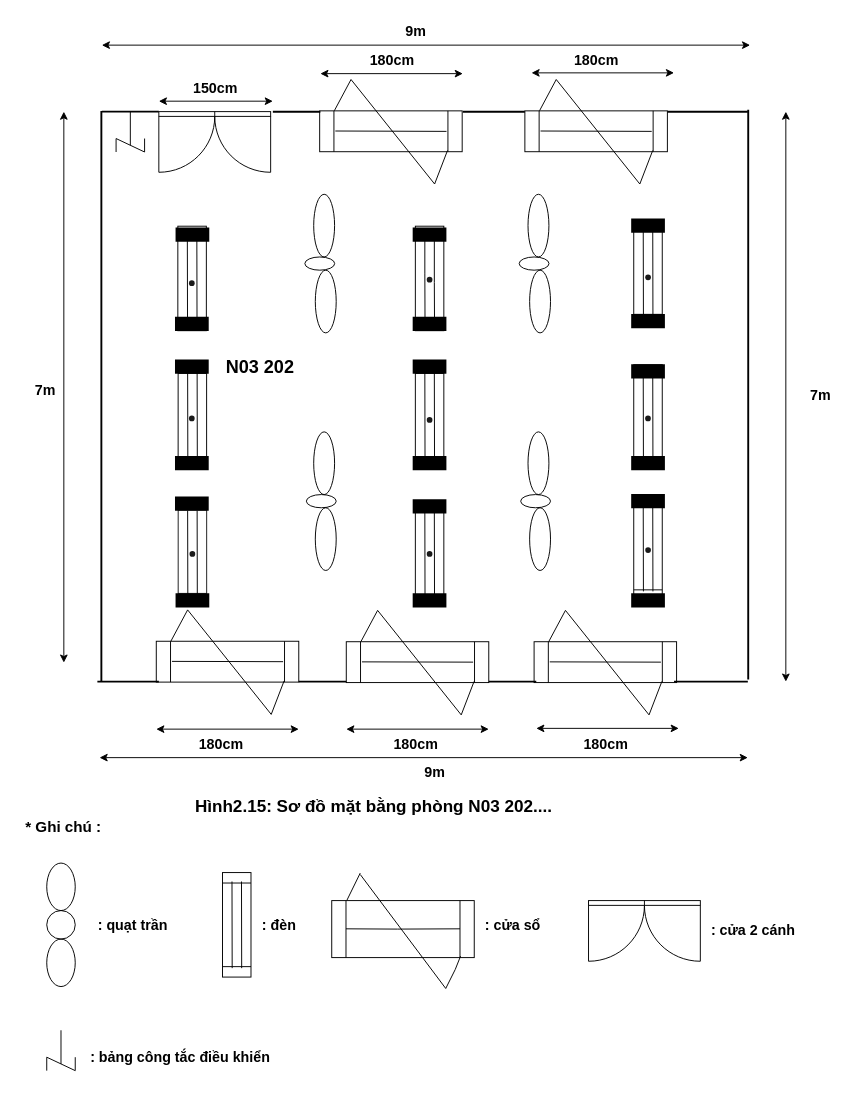
Earlier version of the draw.io diagram page "Trang-1" (1 of 2) of Biểu đồ không có tiêu đề.drawio (minhminh2712/gi-i-thi-u-th-nh-vi-n). Source tidied: cells renumbered, new cells numbered last; positions are measured from the earlier drawing's top-left corner, leaving out a move shared by most shapes. Both pictures are drawn from the tidied source at 95%, with x=0, y=0 at pixel (-184, 16).
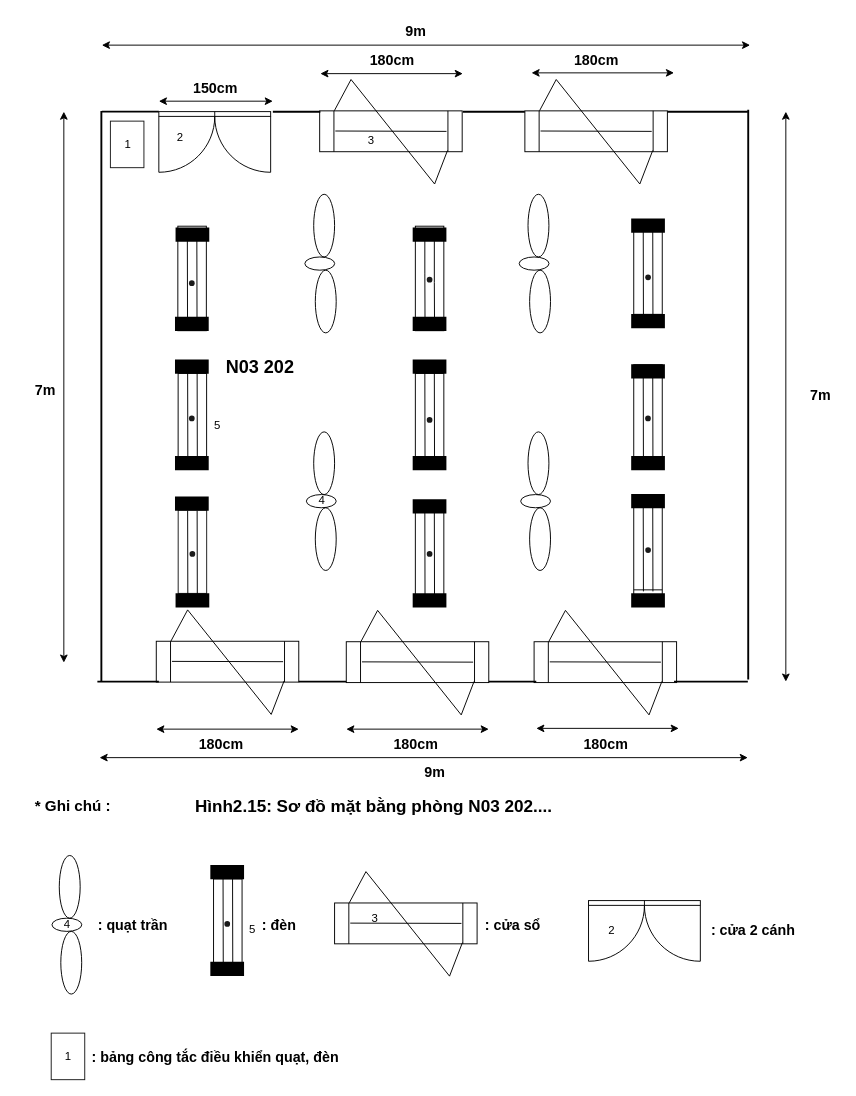
After the change.

Diff of the diagram source:
```diff
@@
-    <mxCell id="37" style="shape=mxgraph.pid.agitators.agitator,_stirrer;html=1;align=center;verticalLabelPosition=bottom;verticalAlign=top;dashed=0;rotation=0;" parent="1" vertex="1">
-      <mxGeometry x="315.7" y="100" width="30" height="42.5" as="geometry" />
-    </mxCell>
@@
-    <mxCell id="64" style="ellipse;whiteSpace=wrap;html=1;fillColor=none;labelBackgroundColor=none;" parent="1" vertex="1">
-      <mxGeometry x="242.7" y="941" width="30" height="30" as="geometry" />
-    </mxCell>
-    <mxCell id="65" style="ellipse;whiteSpace=wrap;html=1;fillColor=none;labelBackgroundColor=none;" parent="1" vertex="1">
-      <mxGeometry x="242.7" y="971" width="30" height="50" as="geometry" />
-    </mxCell>
-    <mxCell id="66" style="ellipse;whiteSpace=wrap;html=1;fillColor=none;labelBackgroundColor=none;" parent="1" vertex="1">
-      <mxGeometry x="242.7" y="891" width="30" height="50" as="geometry" />
-    </mxCell>
-    <mxCell id="67" style="shape=process;whiteSpace=wrap;html=1;backgroundOutline=1;fillColor=none;verticalAlign=top;align=right;rotation=90;" parent="1" vertex="1">
-      <mxGeometry x="387.7" y="941" width="110" height="30" as="geometry" />
-    </mxCell>
-    <mxCell id="68" style="endArrow=none;html=1;rounded=0;" parent="1" edge="1">
-      <mxGeometry relative="1" as="geometry">
-        <mxPoint x="437.7" y="910.4" as="sourcePoint" />
-        <mxPoint x="437.9" y="1001.6" as="targetPoint" />
-      </mxGeometry>
-    </mxCell>
-    <mxCell id="69" style="endArrow=none;html=1;rounded=0;" parent="1" edge="1">
-      <mxGeometry relative="1" as="geometry">
-        <mxPoint x="447.7" y="910.4" as="sourcePoint" />
-        <mxPoint x="447.9" y="1001.6" as="targetPoint" />
-      </mxGeometry>
-    </mxCell>
-    <mxCell id="70" style="shape=process;whiteSpace=wrap;html=1;backgroundOutline=1;fillColor=none;" parent="1" vertex="1">
-      <mxGeometry x="542.7" y="930.5" width="150" height="60" as="geometry" />
-    </mxCell>
-    <mxCell id="71" style="endArrow=none;html=1;rounded=0;" parent="1" edge="1">
-      <mxGeometry relative="1" as="geometry">
-        <mxPoint x="677.7" y="960.2" as="sourcePoint" />
-        <mxPoint x="557.7" y="960.2" as="targetPoint" />
-        <Array as="points">
-          <mxPoint x="612" y="960.5" />
-        </Array>
-      </mxGeometry>
-    </mxCell>
-    <mxCell id="72" style="endArrow=none;html=1;rounded=0;entryX=0.904;entryY=0.975;entryDx=0;entryDy=0;entryPerimeter=0;" parent="1" edge="1" target="70">
-      <mxGeometry relative="1" as="geometry">
-        <mxPoint x="662.7" y="1023" as="sourcePoint" />
-        <Array as="points">
-          <mxPoint x="672.7" y="1003" />
-        </Array>
-      </mxGeometry>
-    </mxCell>
-    <mxCell id="73" style="endArrow=none;html=1;rounded=0;exitX=0.107;exitY=-0.009;exitDx=0;exitDy=0;exitPerimeter=0;" parent="1" edge="1" source="70">
-      <mxGeometry relative="1" as="geometry">
-        <mxPoint x="572.7" y="901.5" as="targetPoint" />
-        <Array as="points">
-          <mxPoint x="572.7" y="901.5" />
-        </Array>
-      </mxGeometry>
-    </mxCell>
-    <mxCell id="74" style="endArrow=none;html=1;rounded=0;" parent="1" edge="1">
-      <mxGeometry relative="1" as="geometry">
-        <mxPoint x="572.7" y="903" as="sourcePoint" />
-        <mxPoint x="662.7" y="1023" as="targetPoint" />
-      </mxGeometry>
-    </mxCell>
@@
-    <mxCell id="76" style="shape=mxgraph.pid.agitators.agitator,_stirrer;html=1;align=center;verticalLabelPosition=bottom;verticalAlign=top;dashed=0;rotation=0;" parent="1" vertex="1">
-      <mxGeometry x="242.7" y="1067" width="30" height="42.5" as="geometry" />
-    </mxCell>
@@
-    <mxCell id="81" value=": bảng công tắc điều khiển" style="text;html=1;align=center;verticalAlign=middle;strokeColor=none;fillColor=none;fontStyle=1;fontSize=15;" parent="1" vertex="1">
-      <mxGeometry x="282.7" y="1079.5" width="200" height="30" as="geometry" />
+    <mxCell id="81" value=": bảng công tắc điều khiển quạt, đèn&amp;nbsp;" style="text;html=1;align=center;verticalAlign=middle;strokeColor=none;fillColor=none;fontStyle=1;fontSize=15;" parent="1" vertex="1">
+      <mxGeometry x="284.4" y="1078" width="275" height="33" as="geometry" />
     </mxCell>
@@
     <mxCell id="83" value="* Ghi chú :" style="text;html=1;align=center;verticalAlign=middle;strokeColor=none;fillColor=none;fontStyle=1;fontSize=16;" parent="1" vertex="1">
-      <mxGeometry x="210.7" y="836" width="99" height="33" as="geometry" />
+      <mxGeometry x="220.7" y="814" width="99" height="33" as="geometry" />
     </mxCell>
@@
+    <mxCell id="146" style="rounded=0;whiteSpace=wrap;html=1;shadow=0;glass=0;fillStyle=solid;strokeColor=#1A1A1A;align=right;verticalAlign=top;fontFamily=Helvetica;fontSize=12;fontColor=default;fillColor=none;gradientColor=none;" parent="1" vertex="1">
+      <mxGeometry x="309.7" y="110" width="35.3" height="49" as="geometry" />
+    </mxCell>
+    <mxCell id="147" value="1" style="text;html=1;align=center;verticalAlign=middle;points=[];strokeColor=none;fillColor=none;fontFamily=Helvetica;fontSize=12;fontColor=default;" parent="1" vertex="1">
+      <mxGeometry x="311.8" y="118" width="33" height="33" as="geometry" />
+    </mxCell>
+    <mxCell id="148" value="2" style="text;html=1;align=center;verticalAlign=middle;strokeColor=none;fillColor=none;fontFamily=Helvetica;fontSize=12;fontColor=default;" parent="1" vertex="1">
+      <mxGeometry x="366.2" y="110.2" width="33" height="33" as="geometry" />
+    </mxCell>
+    <mxCell id="149" value="3" style="text;html=1;align=center;verticalAlign=middle;strokeColor=none;fillColor=none;fontFamily=Helvetica;fontSize=12;fontColor=default;" parent="1" vertex="1">
+      <mxGeometry x="567.6" y="114.8" width="33" height="33" as="geometry" />
+    </mxCell>
+    <mxCell id="150" value="4" style="text;html=1;align=center;verticalAlign=middle;strokeColor=none;fillColor=none;fontFamily=Helvetica;fontSize=12;fontColor=default;" parent="1" vertex="1">
+      <mxGeometry x="515.2" y="493.6" width="33" height="33" as="geometry" />
+    </mxCell>
+    <mxCell id="151" value="5" style="text;html=1;align=center;verticalAlign=middle;strokeColor=none;fillColor=none;fontFamily=Helvetica;fontSize=12;fontColor=default;" parent="1" vertex="1">
+      <mxGeometry x="405.4" y="414.6" width="33" height="33" as="geometry" />
+    </mxCell>
+    <mxCell id="152" style="edgeStyle=orthogonalEdgeStyle;rounded=0;jettySize=auto;html=1;exitX=0.5;exitY=1;exitDx=0;exitDy=0;entryX=0.477;entryY=1.234;entryDx=0;entryDy=0;entryPerimeter=0;fontFamily=Helvetica;fontSize=12;fontColor=default;" parent="1" edge="1" source="146" target="147">
+      <mxGeometry relative="1" as="geometry" />
+    </mxCell>
+    <mxCell id="153" style="rounded=0;whiteSpace=wrap;html=1;shadow=0;glass=0;fillStyle=solid;strokeColor=#1A1A1A;align=right;verticalAlign=top;fontFamily=Helvetica;fontSize=12;fontColor=default;fillColor=none;gradientColor=none;" parent="1" vertex="1">
+      <mxGeometry x="247.4" y="1070" width="35.3" height="49" as="geometry" />
+    </mxCell>
+    <mxCell id="154" value="1" style="text;html=1;align=center;verticalAlign=middle;strokeColor=none;fillColor=none;fontFamily=Helvetica;fontSize=12;fontColor=default;" parent="1" vertex="1">
+      <mxGeometry x="248.5" y="1078" width="33" height="33" as="geometry" />
+    </mxCell>
+    <mxCell id="155" style="ellipse;whiteSpace=wrap;html=1;fillColor=none;" parent="1" vertex="1">
+      <mxGeometry x="248.2" y="949" width="31.4" height="13.9" as="geometry" />
+    </mxCell>
+    <mxCell id="156" style="ellipse;whiteSpace=wrap;html=1;fillColor=none;labelBackgroundColor=none;" parent="1" vertex="1">
+      <mxGeometry x="257.5" y="962.9" width="22" height="66" as="geometry" />
+    </mxCell>
+    <mxCell id="157" style="ellipse;whiteSpace=wrap;html=1;fillColor=none;labelBackgroundColor=none;" parent="1" vertex="1">
+      <mxGeometry x="255.9" y="883" width="22" height="66" as="geometry" />
+    </mxCell>
+    <mxCell id="158" value="4" style="text;html=1;align=center;verticalAlign=middle;strokeColor=none;fillColor=none;fontFamily=Helvetica;fontSize=12;fontColor=default;" parent="1" vertex="1">
+      <mxGeometry x="247.4" y="939.5" width="33" height="33" as="geometry" />
+    </mxCell>
+    <mxCell id="159" style="shape=process;whiteSpace=wrap;html=1;backgroundOutline=1;fillColor=none;verticalAlign=top;align=right;rotation=90;" parent="1" vertex="1">
+      <mxGeometry x="378.3" y="936.7" width="110" height="30" as="geometry" />
+    </mxCell>
+    <mxCell id="160" style="endArrow=none;html=1;rounded=0;" parent="1" edge="1">
+      <mxGeometry relative="1" as="geometry">
+        <mxPoint x="428.3" y="906.1" as="sourcePoint" />
+        <mxPoint x="428.5" y="997.3" as="targetPoint" />
+      </mxGeometry>
+    </mxCell>
+    <mxCell id="161" style="endArrow=none;html=1;rounded=0;" parent="1" edge="1">
+      <mxGeometry relative="1" as="geometry">
+        <mxPoint x="438.3" y="906.1" as="sourcePoint" />
+        <mxPoint x="438.5" y="997.3" as="targetPoint" />
+      </mxGeometry>
+    </mxCell>
+    <mxCell id="162" style="line;strokeWidth=15;fillColor=default;align=left;verticalAlign=middle;spacingTop=-1;spacingLeft=3;spacingRight=3;labelPosition=right;strokeColor=inherit;rounded=0;shadow=0;glass=0;fillStyle=solid;fontFamily=Helvetica;fontSize=12;fontColor=default;labelBackgroundColor=default;labelBorderColor=default;perimeterSpacing=15;" parent="1" vertex="1">
+      <mxGeometry x="414.9" y="992.8" width="35.5" height="19" as="geometry" />
+    </mxCell>
+    <mxCell id="163" style="line;strokeWidth=15;fillColor=default;align=left;verticalAlign=middle;spacingTop=-1;spacingLeft=3;spacingRight=3;labelPosition=right;strokeColor=inherit;rounded=0;shadow=0;glass=0;fillStyle=solid;fontFamily=Helvetica;fontSize=12;fontColor=default;labelBackgroundColor=default;labelBorderColor=default;perimeterSpacing=15;" parent="1" vertex="1">
+      <mxGeometry x="414.9" y="891" width="35.5" height="19" as="geometry" />
+    </mxCell>
+    <mxCell id="164" style="shape=waypoint;sketch=0;fillStyle=solid;size=6;fillColor=none;perimeter=centerPerimeter;rounded=0;shadow=0;glass=0;strokeColor=#1A1A1A;align=right;verticalAlign=top;fontFamily=Helvetica;fontSize=12;fontColor=default;" parent="1" vertex="1">
+      <mxGeometry x="422.7" y="945" width="20" height="20" as="geometry" />
+    </mxCell>
+    <mxCell id="165" value="5" style="text;html=1;align=center;verticalAlign=middle;strokeColor=none;fillColor=none;fontFamily=Helvetica;fontSize=12;fontColor=default;" parent="1" vertex="1">
+      <mxGeometry x="442.7" y="944" width="33" height="33" as="geometry" />
+    </mxCell>
+    <mxCell id="166" style="shape=process;whiteSpace=wrap;html=1;backgroundOutline=1;fillColor=none;" parent="1" vertex="1">
+      <mxGeometry x="545.7" y="933" width="150" height="43" as="geometry" />
+    </mxCell>
+    <mxCell id="167" style="endArrow=none;html=1;rounded=0;" parent="1" edge="1">
+      <mxGeometry relative="1" as="geometry">
+        <mxPoint x="679.2" y="954.5" as="sourcePoint" />
+        <mxPoint x="562.2" y="954.2" as="targetPoint" />
+      </mxGeometry>
+    </mxCell>
+    <mxCell id="168" style="endArrow=none;html=1;rounded=0;" parent="1" edge="1">
+      <mxGeometry relative="1" as="geometry">
+        <mxPoint x="578.7" y="900" as="sourcePoint" />
+        <mxPoint x="666.7" y="1010" as="targetPoint" />
+      </mxGeometry>
+    </mxCell>
+    <mxCell id="169" style="endArrow=none;html=1;rounded=0;exitX=0.103;exitY=-0.004;exitDx=0;exitDy=0;exitPerimeter=0;" parent="1" edge="1" source="166">
+      <mxGeometry relative="1" as="geometry">
+        <mxPoint x="578.7" y="900" as="targetPoint" />
+      </mxGeometry>
+    </mxCell>
+    <mxCell id="170" style="endArrow=none;html=1;rounded=0;entryX=0.897;entryY=0.971;entryDx=0;entryDy=0;entryPerimeter=0;" parent="1" edge="1" target="166">
+      <mxGeometry relative="1" as="geometry">
+        <mxPoint x="666.7" y="1010" as="sourcePoint" />
+      </mxGeometry>
+    </mxCell>
+    <mxCell id="171" value="3" style="text;html=1;align=center;verticalAlign=middle;strokeColor=none;fillColor=none;fontFamily=Helvetica;fontSize=12;fontColor=default;" parent="1" vertex="1">
+      <mxGeometry x="571.7" y="933" width="33" height="33" as="geometry" />
+    </mxCell>
+    <mxCell id="172" value="2" style="text;html=1;align=center;verticalAlign=middle;strokeColor=none;fillColor=none;fontFamily=Helvetica;fontSize=12;fontColor=default;" parent="1" vertex="1">
+      <mxGeometry x="820.6" y="945.5" width="33" height="33" as="geometry" />
+    </mxCell>
```
